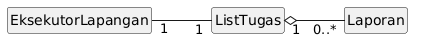
Earlier version of the PlantUML export docs/M4/assets/diagram/class-diagram-uc03.png (RPL-24/IF2150-RPL).
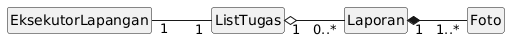
The same file after the commit.

Commit message:
docs: Revisi class diagram UC03

Diff of the diagram source:
```diff
@@ -9,8 +9,10 @@
 class EksekutorLapangan
 class ListTugas
 class Laporan
+class Foto
 
 EksekutorLapangan "1" -- "1" ListTugas
 
 ListTugas "1" o-- "0..*" Laporan
+Laporan "1" *-- "1..*" Foto
 @enduml
```
